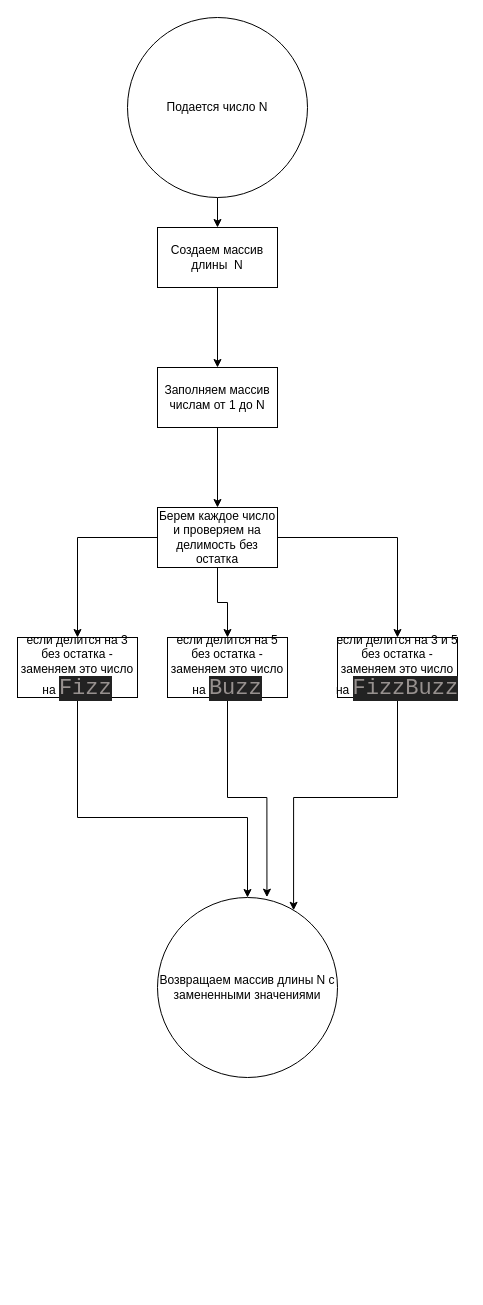
This is scheme.drawio from Redknight777999/Codewars, a draw.io file, before an edit. Source tidied: cells renumbered, new cells numbered last; positions are measured from the earlier drawing's top-left corner, leaving out a move shared by most shapes. Both pictures are drawn from the tidied source at 100%, with x=0, y=0 at pixel (17, 17).
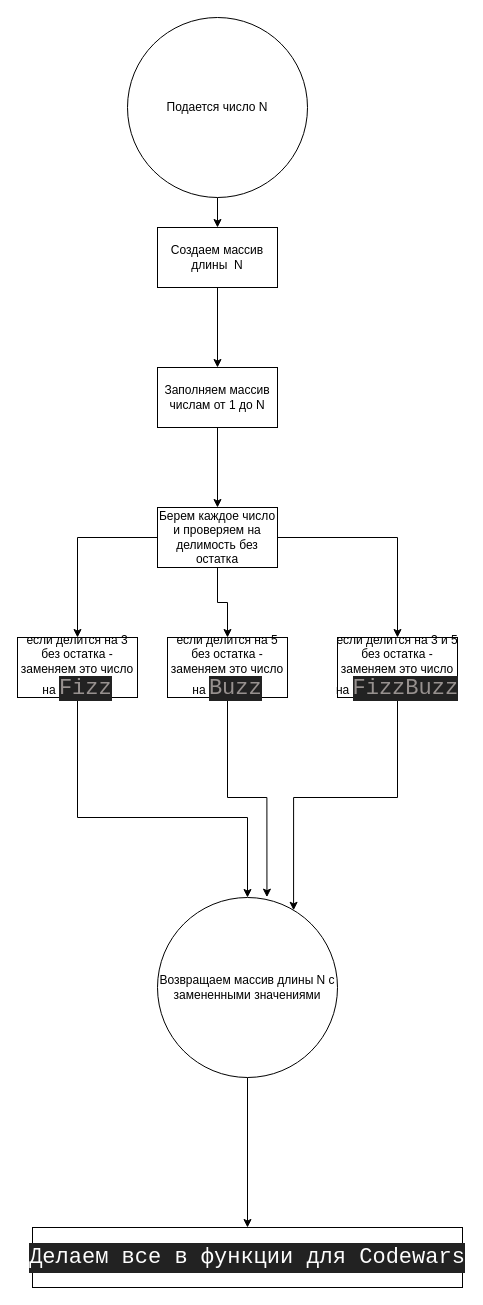
After the change.

Commit message (it also covers changes not shown here):
done Codewars function

The change refers to these unchanged cells:
```xml
<mxCell id="4" value="Возвращаем массив длины N с замененными значениями" style="ellipse;whiteSpace=wrap;html=1;" parent="1" vertex="1">
  <mxGeometry x="140" y="880" width="180" height="180" as="geometry" />
</mxCell>
```

Change to the diagram source:
```diff
@@
+    <mxCell id="19" style="edgeStyle=orthogonalEdgeStyle;rounded=0;jettySize=auto;html=1;" parent="1" edge="1" source="4" target="20">
+      <mxGeometry relative="1" as="geometry" />
+    </mxCell>
@@
+    <mxCell id="20" value="&lt;div style=&quot;color: rgb(253 , 253 , 253) ; background-color: rgb(34 , 34 , 34) ; font-family: &amp;#34;consolas&amp;#34; , &amp;#34;courier new&amp;#34; , monospace ; font-size: 22px ; line-height: 30px&quot;&gt;&lt;div style=&quot;line-height: 30px&quot;&gt;Делаем&amp;nbsp;все&amp;nbsp;в&amp;nbsp;функции&amp;nbsp;для&amp;nbsp;Codewars&lt;/div&gt;&lt;/div&gt;" style="whiteSpace=wrap;html=1;" parent="1" vertex="1">
+      <mxGeometry x="15" y="1210" width="430" height="60" as="geometry" />
+    </mxCell>
```
